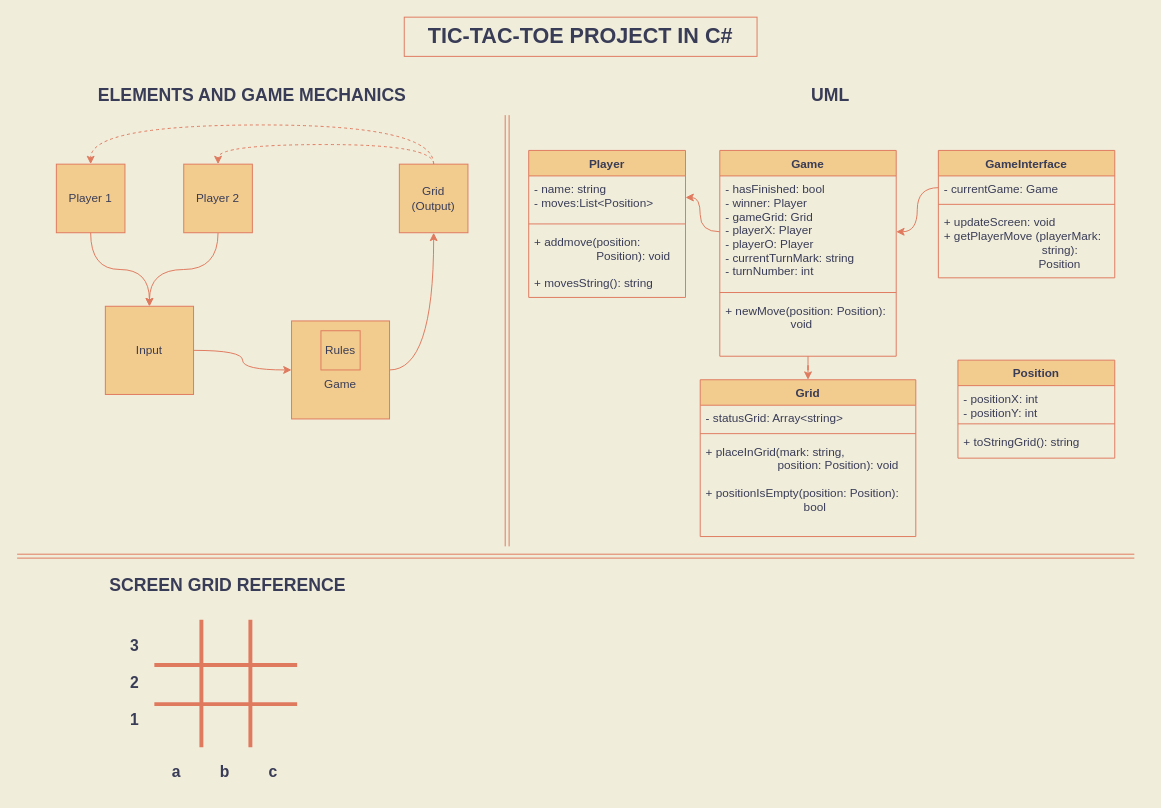
Before: Tic-Tac-Toe/Doc/Tic-Tac_Toe UML Diagram.drawio in turcato1/Tic-Tac-Toe, a draw.io diagram. Source tidied: cells renumbered, new cells numbered last; positions are measured from the earlier drawing's top-left corner, leaving out a move shared by most shapes. Both pictures are drawn from the tidied source at 98%, with x=0, y=0 at pixel (17, 17).
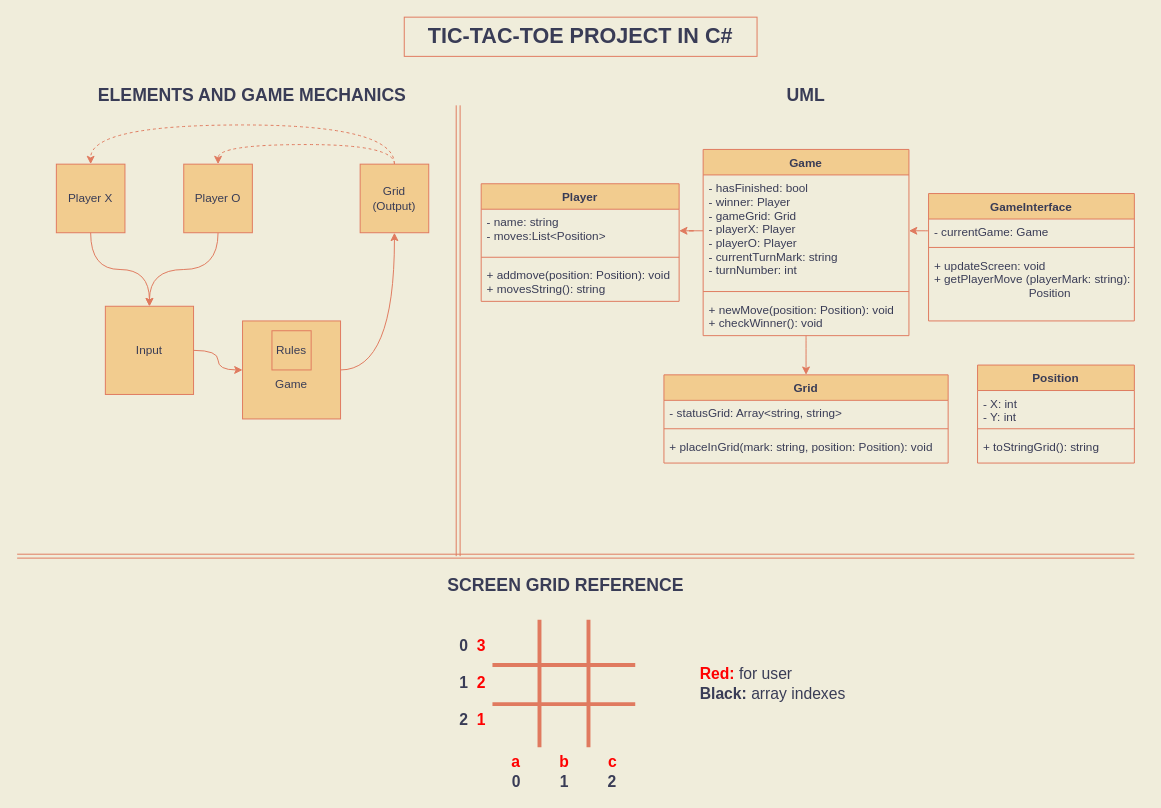
The same diagram, later.

Commit message (it also covers changes not shown here):
Documentation under Doc directory updated

Diff of the diagram source:
```diff
@@
-    <mxCell id="2" value="Player 1" style="whiteSpace=wrap;html=1;fillColor=#F2CC8F;strokeColor=#E07A5F;fontColor=#393C56;" parent="1" vertex="1">
+    <mxCell id="2" value="Player X" style="whiteSpace=wrap;html=1;fillColor=#F2CC8F;strokeColor=#E07A5F;fontColor=#393C56;" parent="1" vertex="1">
       <mxGeometry x="40" y="150" width="70" height="70" as="geometry" />
     </mxCell>
@@
-    <mxCell id="4" value="Player 2" style="whiteSpace=wrap;html=1;fillColor=#F2CC8F;strokeColor=#E07A5F;fontColor=#393C56;" parent="1" vertex="1">
+    <mxCell id="4" value="Player O" style="whiteSpace=wrap;html=1;fillColor=#F2CC8F;strokeColor=#E07A5F;fontColor=#393C56;" parent="1" vertex="1">
       <mxGeometry x="170" y="150" width="70" height="70" as="geometry" />
     </mxCell>
     <mxCell id="5" style="edgeStyle=orthogonalEdgeStyle;curved=1;rounded=0;jettySize=auto;html=1;exitX=0.5;exitY=0;exitDx=0;exitDy=0;entryX=0.5;entryY=0;entryDx=0;entryDy=0;dashed=1;strokeColor=#E07A5F;fontColor=#393C56;labelBackgroundColor=#F4F1DE;" parent="1" edge="1" source="7" target="2">
       <mxGeometry relative="1" as="geometry">
         <Array as="points">
-          <mxPoint x="425" y="110" />
+          <mxPoint x="385" y="110" />
           <mxPoint x="75" y="110" />
         </Array>
       </mxGeometry>
     </mxCell>
@@
     <mxCell id="7" value="Grid (Output)" style="whiteSpace=wrap;html=1;fillColor=#F2CC8F;strokeColor=#E07A5F;fontColor=#393C56;" parent="1" vertex="1">
-      <mxGeometry x="390" y="150" width="70" height="70" as="geometry" />
+      <mxGeometry x="350" y="150" width="70" height="70" as="geometry" />
     </mxCell>
@@
     <mxCell id="13" style="group;fontColor=#393C56;" parent="1" vertex="1">
-      <mxGeometry x="280" y="310" width="100" height="100" as="geometry" />
+      <mxGeometry x="230" y="310" width="100" height="100" as="geometry" />
     </mxCell>
@@
     <mxCell id="17" value="Player" style="swimlane;fontStyle=1;align=center;verticalAlign=top;horizontal=1;startSize=26;strokeColor=#E07A5F;fillColor=#F2CC8F;fontColor=#393C56;" parent="1" vertex="1">
-      <mxGeometry x="522" y="136" width="160" height="150" as="geometry" />
+      <mxGeometry x="473.5" y="170" width="202" height="120" as="geometry" />
     </mxCell>
     <mxCell id="18" value="- name: string&#10;- moves:List&lt;Position&gt;" style="text;strokeColor=none;fillColor=none;align=left;verticalAlign=top;spacingLeft=4;spacingRight=4;overflow=hidden;points=[[0,0.5],[1,0.5]];portConstraint=eastwest;fontColor=#393C56;" parent="17" vertex="1">
-      <mxGeometry y="26" width="160" height="44" as="geometry" />
+      <mxGeometry y="26" width="202" height="44" as="geometry" />
     </mxCell>
     <mxCell id="19" style="line;strokeWidth=1;fillColor=none;align=left;verticalAlign=middle;spacingTop=-1;spacingLeft=3;spacingRight=3;labelPosition=right;strokeColor=#E07A5F;fontColor=#393C56;labelBackgroundColor=#F4F1DE;" parent="17" vertex="1">
-      <mxGeometry y="70" width="160" height="10" as="geometry" />
+      <mxGeometry y="70" width="202" height="10" as="geometry" />
     </mxCell>
-    <mxCell id="20" value="+ addmove(position: &#10;                   Position): void&#10;&#10;+ movesString(): string" style="text;strokeColor=none;fillColor=none;align=left;verticalAlign=top;spacingLeft=4;spacingRight=4;overflow=hidden;fontColor=#393C56;" parent="17" vertex="1">
-      <mxGeometry y="80" width="160" height="70" as="geometry" />
+    <mxCell id="20" value="+ addmove(position: Position): void&#10;+ movesString(): string" style="text;strokeColor=none;fillColor=none;align=left;verticalAlign=top;spacingLeft=4;spacingRight=4;overflow=hidden;fontColor=#393C56;" parent="17" vertex="1">
+      <mxGeometry y="80" width="202" height="40" as="geometry" />
     </mxCell>
     <mxCell id="21" value="&lt;b&gt;&lt;font style=&quot;font-size: 18px&quot;&gt;UML&lt;/font&gt;&lt;/b&gt;" style="text;html=1;strokeColor=none;fillColor=none;align=center;verticalAlign=middle;whiteSpace=wrap;rounded=0;fontColor=#393C56;" parent="1" vertex="1">
-      <mxGeometry x="510" y="70" width="640" height="20" as="geometry" />
+      <mxGeometry x="485" y="70" width="640" height="20" as="geometry" />
     </mxCell>
     <mxCell id="22" style="shape=link;html=1;strokeColor=#E07A5F;fontColor=#393C56;labelBackgroundColor=#F4F1DE;" parent="1" edge="1">
       <mxGeometry relative="1" as="geometry">
-        <mxPoint x="500" y="100" as="sourcePoint" />
-        <mxPoint x="500" y="540" as="targetPoint" />
+        <mxPoint x="450" y="90" as="sourcePoint" />
+        <mxPoint x="450" y="550" as="targetPoint" />
       </mxGeometry>
     </mxCell>
@@
     <mxCell id="24" value="Game" style="swimlane;fontStyle=1;align=center;verticalAlign=top;horizontal=1;startSize=26;strokeColor=#E07A5F;fillColor=#F2CC8F;fontColor=#393C56;" parent="1" vertex="1">
-      <mxGeometry x="717" y="136" width="180" height="210" as="geometry" />
+      <mxGeometry x="700" y="135" width="210" height="190" as="geometry" />
     </mxCell>
     <mxCell id="25" value="- hasFinished: bool&#10;- winner: Player&#10;- gameGrid: Grid&#10;- playerX: Player&#10;- playerO: Player&#10;- currentTurnMark: string&#10;- turnNumber: int" style="text;strokeColor=none;fillColor=none;align=left;verticalAlign=top;spacingLeft=4;spacingRight=4;overflow=hidden;points=[[0,0.5],[1,0.5]];portConstraint=eastwest;fontColor=#393C56;" parent="24" vertex="1">
-      <mxGeometry y="26" width="180" height="114" as="geometry" />
+      <mxGeometry y="26" width="210" height="114" as="geometry" />
     </mxCell>
     <mxCell id="26" style="line;strokeWidth=1;fillColor=none;align=left;verticalAlign=middle;spacingTop=-1;spacingLeft=3;spacingRight=3;labelPosition=right;strokeColor=#E07A5F;fontColor=#393C56;labelBackgroundColor=#F4F1DE;" parent="24" vertex="1">
-      <mxGeometry y="140" width="180" height="10" as="geometry" />
+      <mxGeometry y="140" width="210" height="10" as="geometry" />
     </mxCell>
-    <mxCell id="27" value="+ newMove(position: Position): &#10;                    void&#10;" style="text;strokeColor=none;fillColor=none;align=left;verticalAlign=top;spacingLeft=4;spacingRight=4;overflow=hidden;fontColor=#393C56;" parent="24" vertex="1">
-      <mxGeometry y="150" width="180" height="60" as="geometry" />
+    <mxCell id="27" value="+ newMove(position: Position): void&#10;+ checkWinner(): void&#10;" style="text;strokeColor=none;fillColor=none;align=left;verticalAlign=top;spacingLeft=4;spacingRight=4;overflow=hidden;fontColor=#393C56;" parent="24" vertex="1">
+      <mxGeometry y="150" width="210" height="40" as="geometry" />
     </mxCell>
     <mxCell id="28" value="Grid" style="swimlane;fontStyle=1;align=center;verticalAlign=top;horizontal=1;startSize=26;strokeColor=#E07A5F;fillColor=#F2CC8F;fontColor=#393C56;" parent="1" vertex="1">
-      <mxGeometry x="697" y="370" width="220" height="160" as="geometry" />
+      <mxGeometry x="660" y="365" width="290" height="90" as="geometry" />
     </mxCell>
-    <mxCell id="29" value="- statusGrid: Array&lt;string&gt; " style="text;strokeColor=none;fillColor=none;align=left;verticalAlign=top;spacingLeft=4;spacingRight=4;overflow=hidden;fontColor=#393C56;" parent="28" vertex="1">
-      <mxGeometry y="26" width="220" height="24" as="geometry" />
+    <mxCell id="29" value="- statusGrid: Array&lt;string, string&gt; " style="text;strokeColor=none;fillColor=none;align=left;verticalAlign=top;spacingLeft=4;spacingRight=4;overflow=hidden;fontColor=#393C56;" parent="28" vertex="1">
+      <mxGeometry y="26" width="290" height="24" as="geometry" />
     </mxCell>
     <mxCell id="30" style="line;strokeWidth=1;fillColor=none;align=left;verticalAlign=middle;spacingTop=-1;spacingLeft=3;spacingRight=3;labelPosition=right;strokeColor=#E07A5F;fontColor=#393C56;labelBackgroundColor=#F4F1DE;" parent="28" vertex="1">
-      <mxGeometry y="50" width="220" height="10" as="geometry" />
+      <mxGeometry y="50" width="290" height="10" as="geometry" />
     </mxCell>
-    <mxCell id="31" value="+ placeInGrid(mark: string, &#10;                      position: Position): void &#10;&#10;+ positionIsEmpty(position: Position): &#10;                              bool" style="text;strokeColor=none;fillColor=none;align=left;verticalAlign=top;spacingLeft=4;spacingRight=4;overflow=hidden;fontColor=#393C56;" parent="28" vertex="1">
-      <mxGeometry y="60" width="220" height="100" as="geometry" />
+    <mxCell id="31" value="+ placeInGrid(mark: string, position: Position): void " style="text;strokeColor=none;fillColor=none;align=left;verticalAlign=top;spacingLeft=4;spacingRight=4;overflow=hidden;fontColor=#393C56;" parent="28" vertex="1">
+      <mxGeometry y="60" width="290" height="30" as="geometry" />
     </mxCell>
     <mxCell id="32" value="GameInterface" style="swimlane;fontStyle=1;align=center;verticalAlign=top;horizontal=1;startSize=26;strokeColor=#E07A5F;fillColor=#F2CC8F;fontColor=#393C56;" parent="1" vertex="1">
-      <mxGeometry x="940" y="136" width="180" height="130" as="geometry" />
+      <mxGeometry x="930" y="180" width="210" height="130" as="geometry" />
     </mxCell>
     <mxCell id="33" value="- currentGame: Game" style="text;strokeColor=none;fillColor=none;align=left;verticalAlign=top;spacingLeft=4;spacingRight=4;overflow=hidden;points=[[0,0.5],[1,0.5]];portConstraint=eastwest;fontColor=#393C56;" parent="32" vertex="1">
-      <mxGeometry y="26" width="180" height="24" as="geometry" />
+      <mxGeometry y="26" width="210" height="24" as="geometry" />
     </mxCell>
     <mxCell id="34" style="line;strokeWidth=1;fillColor=none;align=left;verticalAlign=middle;spacingTop=-1;spacingLeft=3;spacingRight=3;labelPosition=right;strokeColor=#E07A5F;fontColor=#393C56;labelBackgroundColor=#F4F1DE;" parent="32" vertex="1">
-      <mxGeometry y="50" width="180" height="10" as="geometry" />
+      <mxGeometry y="50" width="210" height="10" as="geometry" />
     </mxCell>
-    <mxCell id="35" value="+ updateScreen: void&#10;+ getPlayerMove (playerMark: &#10;                              string): &#10;                             Position " style="text;strokeColor=none;fillColor=none;align=left;verticalAlign=top;spacingLeft=4;spacingRight=4;overflow=hidden;fontColor=#393C56;" parent="32" vertex="1">
-      <mxGeometry y="60" width="180" height="70" as="geometry" />
+    <mxCell id="35" value="+ updateScreen: void&#10;+ getPlayerMove (playerMark: string): &#10;                             Position " style="text;strokeColor=none;fillColor=none;align=left;verticalAlign=top;spacingLeft=4;spacingRight=4;overflow=hidden;fontColor=#393C56;" parent="32" vertex="1">
+      <mxGeometry y="60" width="210" height="70" as="geometry" />
     </mxCell>
@@
     <mxCell id="38" value="Position" style="swimlane;fontStyle=1;align=center;verticalAlign=top;horizontal=1;startSize=26;strokeColor=#E07A5F;fillColor=#F2CC8F;fontColor=#393C56;" parent="1" vertex="1">
-      <mxGeometry x="960" y="350" width="160" height="100" as="geometry" />
+      <mxGeometry x="980" y="355" width="160" height="100" as="geometry" />
     </mxCell>
-    <mxCell id="39" value="- positionX: int&#10;- positionY: int" style="text;strokeColor=none;fillColor=none;align=left;verticalAlign=top;spacingLeft=4;spacingRight=4;overflow=hidden;fontColor=#393C56;" parent="38" vertex="1">
+    <mxCell id="39" value="- X: int&#10;- Y: int" style="text;strokeColor=none;fillColor=none;align=left;verticalAlign=top;spacingLeft=4;spacingRight=4;overflow=hidden;fontColor=#393C56;" parent="38" vertex="1">
       <mxGeometry y="26" width="160" height="34" as="geometry" />
     </mxCell>
@@
     <mxCell id="43" value="&lt;span style=&quot;font-size: 18px&quot;&gt;&lt;b&gt;SCREEN GRID REFERENCE&lt;/b&gt;&lt;/span&gt;" style="text;html=1;strokeColor=none;fillColor=none;align=center;verticalAlign=middle;whiteSpace=wrap;rounded=0;fontColor=#393C56;" parent="1" vertex="1">
-      <mxGeometry x="35" y="570" width="360" height="20" as="geometry" />
+      <mxGeometry x="380" y="570" width="360" height="20" as="geometry" />
     </mxCell>
     <mxCell id="44" style="group;" parent="1" vertex="1">
-      <mxGeometry x="100" y="615" width="185.7" height="170" as="geometry" />
+      <mxGeometry x="445" y="615" width="185.7" height="170" as="geometry" />
     </mxCell>
@@
-    <mxCell id="49" value="3&lt;br style=&quot;font-size: 16px&quot;&gt;&amp;nbsp;&lt;br style=&quot;font-size: 16px&quot;&gt;2&lt;br style=&quot;font-size: 16px&quot;&gt;&lt;br style=&quot;font-size: 16px&quot;&gt;1" style="text;html=1;strokeColor=none;fillColor=none;align=center;verticalAlign=middle;whiteSpace=wrap;rounded=0;sketch=0;fontColor=#393C56;fontSize=16;fontStyle=1;" parent="44" vertex="1">
+    <mxCell id="49" value="0&amp;nbsp; &lt;font color=&quot;#ff0000&quot;&gt;3&lt;/font&gt;&lt;br style=&quot;font-size: 16px&quot;&gt;&amp;nbsp;&lt;br style=&quot;font-size: 16px&quot;&gt;1&amp;nbsp; &lt;font color=&quot;#ff0000&quot;&gt;2&lt;/font&gt;&lt;br style=&quot;font-size: 16px&quot;&gt;&lt;br style=&quot;font-size: 16px&quot;&gt;2&amp;nbsp; &lt;font color=&quot;#ff0000&quot;&gt;1&lt;/font&gt;" style="text;html=1;strokeColor=none;fillColor=none;align=center;verticalAlign=middle;whiteSpace=wrap;rounded=0;sketch=0;fontColor=#393C56;fontSize=16;fontStyle=1;" parent="44" vertex="1">
       <mxGeometry y="24" width="40" height="80" as="geometry" />
     </mxCell>
-    <mxCell id="50" value="a&amp;nbsp; &amp;nbsp; &amp;nbsp; &amp;nbsp; &amp;nbsp;b&amp;nbsp; &amp;nbsp; &amp;nbsp; &amp;nbsp; &amp;nbsp;c" style="text;html=1;strokeColor=none;fillColor=none;align=center;verticalAlign=middle;whiteSpace=wrap;rounded=0;sketch=0;fontColor=#393C56;fontSize=16;fontStyle=1;" parent="44" vertex="1">
-      <mxGeometry x="57" y="140" width="110" height="30" as="geometry" />
+    <mxCell id="50" value="&lt;font color=&quot;#ff0000&quot;&gt;a&lt;/font&gt;&amp;nbsp; &amp;nbsp; &amp;nbsp; &amp;nbsp; &amp;nbsp;&lt;font color=&quot;#ff0000&quot;&gt;b&lt;/font&gt;&amp;nbsp; &amp;nbsp; &amp;nbsp; &amp;nbsp; &amp;nbsp;&lt;font color=&quot;#ff0000&quot;&gt;c&lt;/font&gt;&lt;br&gt;0&amp;nbsp; &amp;nbsp; &amp;nbsp; &amp;nbsp; &amp;nbsp;1&amp;nbsp; &amp;nbsp; &amp;nbsp; &amp;nbsp; &amp;nbsp;2" style="text;html=1;strokeColor=none;fillColor=none;align=center;verticalAlign=middle;whiteSpace=wrap;rounded=0;sketch=0;fontColor=#393C56;fontSize=16;fontStyle=1;" parent="44" vertex="1">
+      <mxGeometry x="57" y="140" width="113" height="30" as="geometry" />
     </mxCell>
+    <mxCell id="51" value="&lt;font color=&quot;#ff0000&quot;&gt;&lt;b&gt;Red:&lt;/b&gt;&lt;/font&gt; for user&lt;br&gt;&lt;b&gt;Black:&lt;/b&gt; array indexes" style="text;html=1;strokeColor=none;fillColor=none;align=left;verticalAlign=middle;whiteSpace=wrap;rounded=0;sketch=0;fontSize=16;fontColor=#393C56;" parent="1" vertex="1">
+      <mxGeometry x="695" y="670" width="160" height="20" as="geometry" />
+    </mxCell>
```
